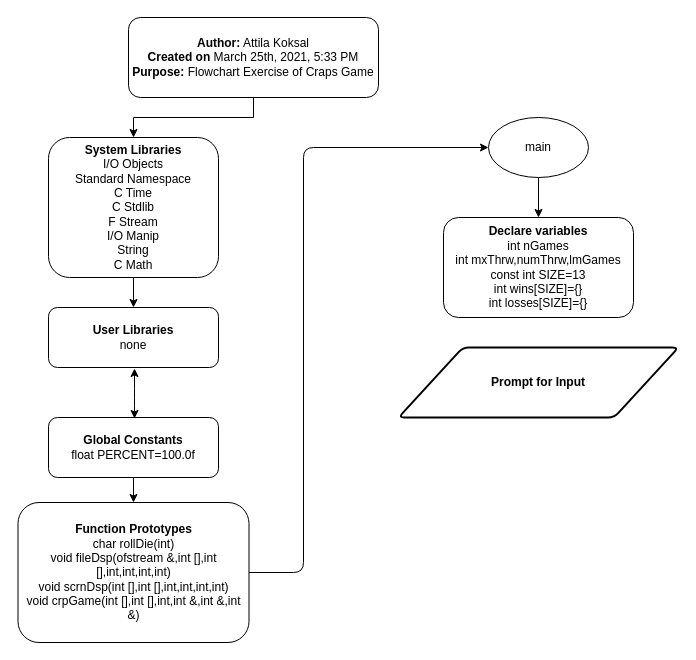
This is Lab/CrapsFlowchart.drawio from ak2798094/KoksalAttila_CIS17A_43396, a draw.io file, before an edit. Source tidied: cells renumbered, new cells numbered last; positions are measured from the earlier drawing's top-left corner, leaving out a move shared by most shapes. Both pictures are drawn from the tidied source at 100%, with x=0, y=0 at pixel (18, 17).
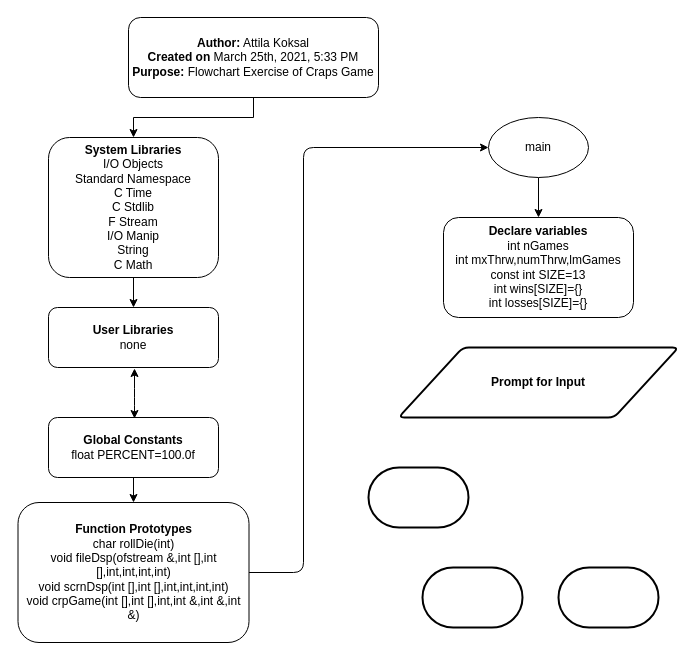
After the change.

Commit message:
Signed-off-by: ak2798094 <akoksal@student.rccd.edu>

Diff of the diagram source:
```diff
@@
+    <mxCell id="16" style="strokeWidth=2;html=1;shape=mxgraph.flowchart.terminator;whiteSpace=wrap;" parent="1" vertex="1">
+      <mxGeometry x="350" y="450" width="100" height="60" as="geometry" />
+    </mxCell>
+    <mxCell id="17" style="strokeWidth=2;html=1;shape=mxgraph.flowchart.terminator;whiteSpace=wrap;" parent="1" vertex="1">
+      <mxGeometry x="404" y="550" width="100" height="60" as="geometry" />
+    </mxCell>
+    <mxCell id="18" style="strokeWidth=2;html=1;shape=mxgraph.flowchart.terminator;whiteSpace=wrap;" parent="1" vertex="1">
+      <mxGeometry x="540" y="550" width="100" height="60" as="geometry" />
+    </mxCell>
```
